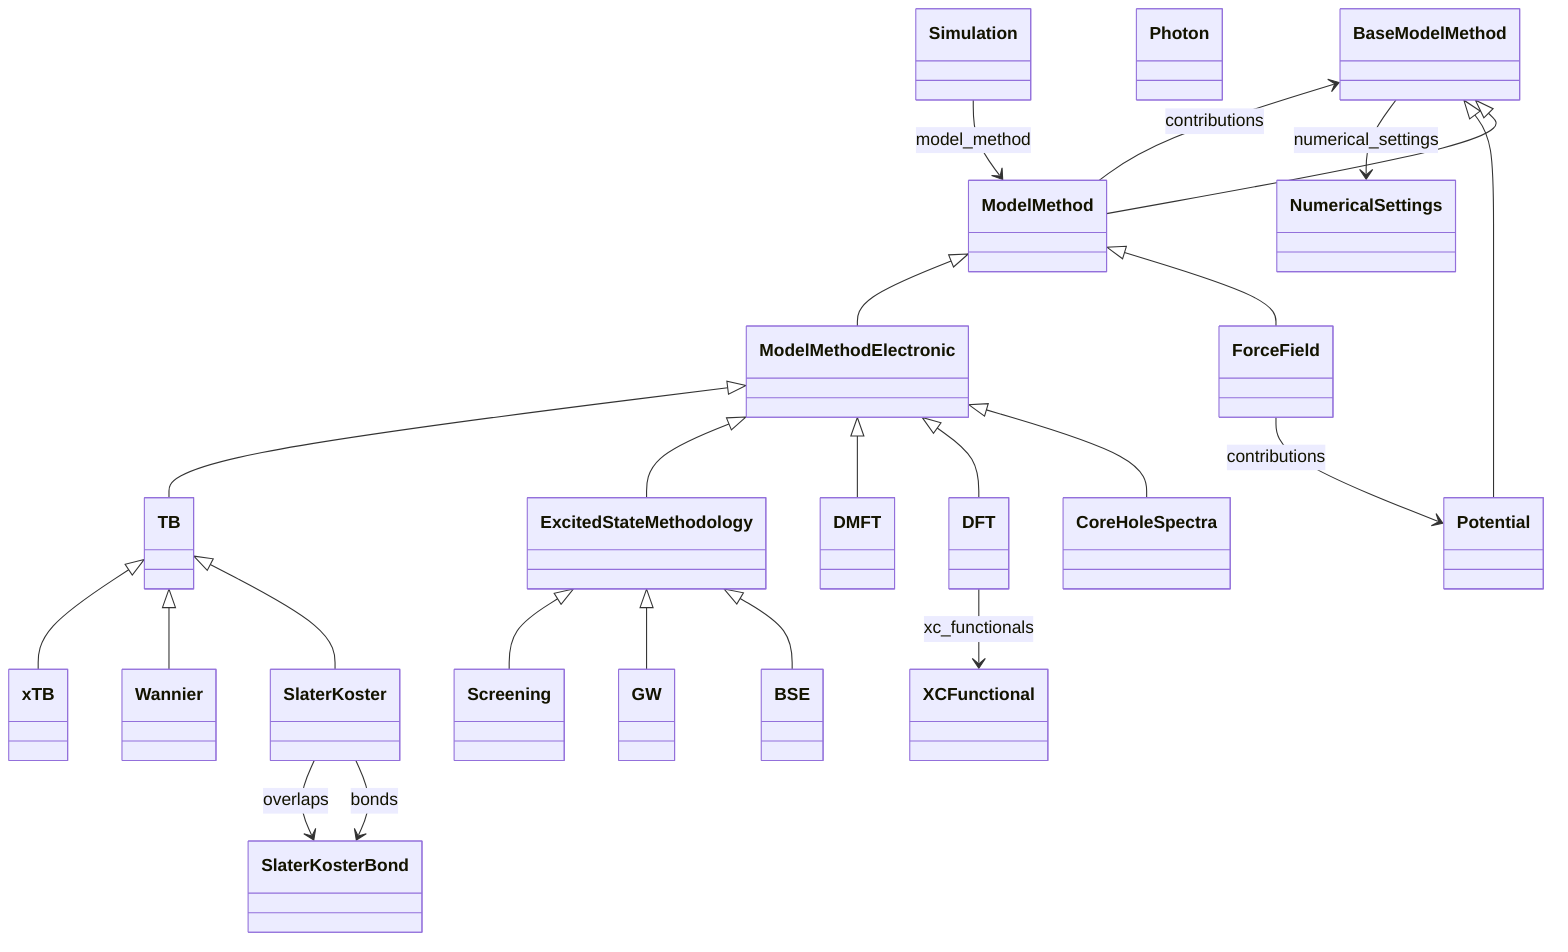
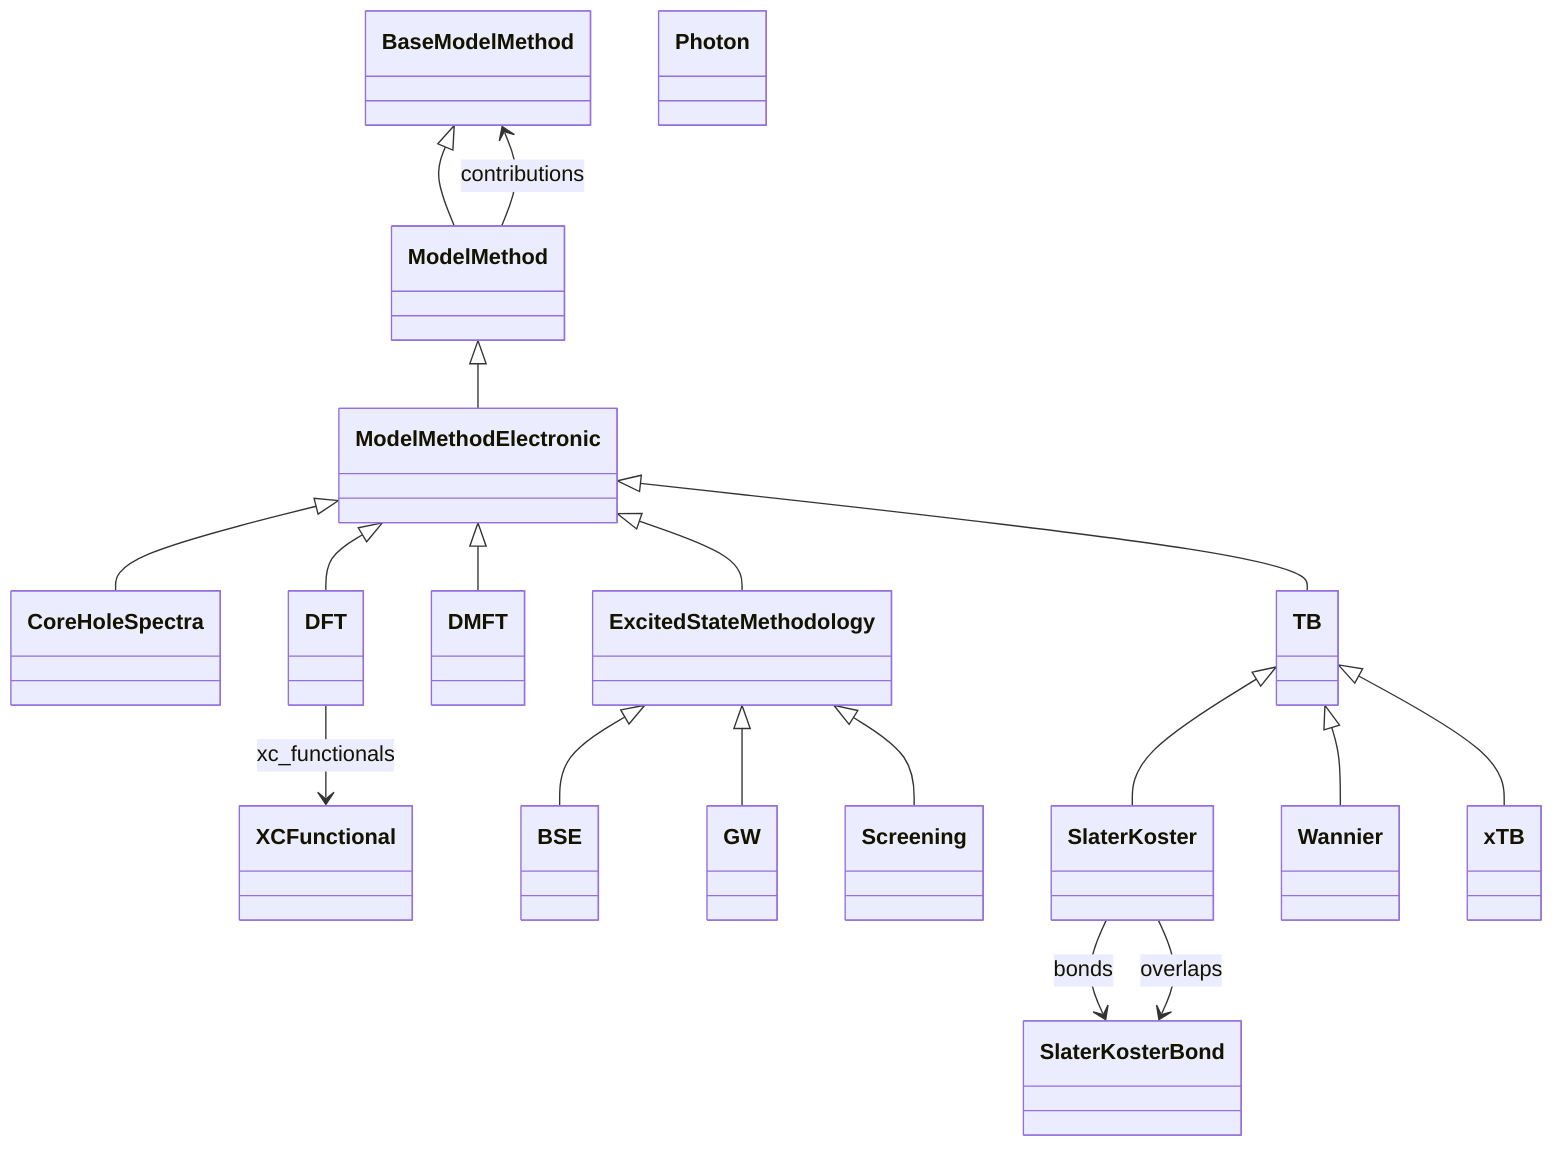
classDiagram
    class BSE
    class BaseModelMethod
    class CoreHoleSpectra
    class DFT
    class DMFT
    class ExcitedStateMethodology
-     class ForceField
    class GW
    class ModelMethod
    class ModelMethodElectronic
-     class NumericalSettings
    class Photon
-     class Potential
    class Screening
-     class Simulation
    class SlaterKoster
    class SlaterKosterBond
    class TB
    class Wannier
    class XCFunctional
    class xTB
    ExcitedStateMethodology <|-- BSE
    ModelMethodElectronic <|-- CoreHoleSpectra
    ModelMethodElectronic <|-- DFT
    ModelMethodElectronic <|-- DMFT
    ModelMethodElectronic <|-- ExcitedStateMethodology
-     ModelMethod <|-- ForceField
    ExcitedStateMethodology <|-- GW
    BaseModelMethod <|-- ModelMethod
    ModelMethod <|-- ModelMethodElectronic
-     BaseModelMethod <|-- Potential
    ExcitedStateMethodology <|-- Screening
    TB <|-- SlaterKoster
    ModelMethodElectronic <|-- TB
    TB <|-- Wannier
    TB <|-- xTB
-     BaseModelMethod --> NumericalSettings : numerical_settings
    DFT --> XCFunctional : xc_functionals
-     ForceField --> Potential : contributions
    ModelMethod --> BaseModelMethod : contributions
-     Simulation --> ModelMethod : model_method
    SlaterKoster --> SlaterKosterBond : bonds
    SlaterKoster --> SlaterKosterBond : overlaps
